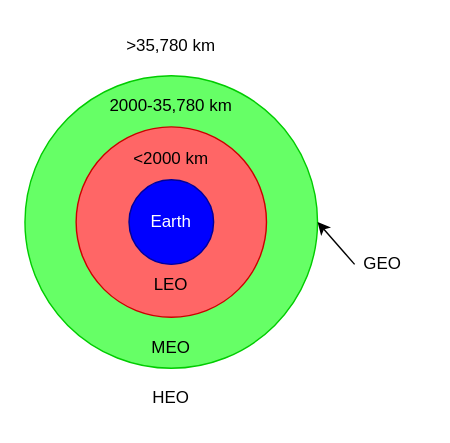
The draw.io diagram Figures/introduction/orbits.drawio in Mikkelnn/ESD6-Project, before the edit. Source tidied: cells renumbered, new cells numbered last; positions are measured from the earlier drawing's top-left corner, leaving out a move shared by most shapes. Both pictures are drawn from the tidied source at 141%, with x=0, y=0 at pixel (24, 24).
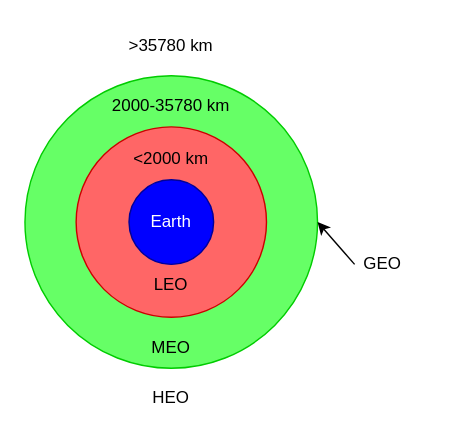
The same diagram, later.

The edit, as a diff of the source:
```diff
@@
 <mxGraphModel>
   <root>
     <mxCell id="0" />
     <mxCell id="1" parent="0" />
     <mxCell id="2" style="ellipse;whiteSpace=wrap;html=1;fillColor=#66FF66;strokeColor=#00CC00;" parent="1" vertex="1">
       <mxGeometry x="0.2" y="36.2" width="207.5" height="207.5" as="geometry" />
     </mxCell>
     <mxCell id="3" style="ellipse;whiteSpace=wrap;html=1;strokeColor=#CC0000;fillColor=#FF6666;" parent="1" vertex="1">
       <mxGeometry x="36.5" y="72.5" width="135" height="135" as="geometry" />
     </mxCell>
     <mxCell id="4" style="ellipse;whiteSpace=wrap;html=1;fillColor=#0000FF;strokeColor=#000099;" parent="1" vertex="1">
       <mxGeometry x="74" y="110" width="60" height="60" as="geometry" />
     </mxCell>
     <mxCell id="5" value="Earth" style="text;html=1;align=center;verticalAlign=middle;whiteSpace=wrap;rounded=0;fontColor=#FFFFFF;" parent="1" vertex="1">
       <mxGeometry x="74" y="125" width="60" height="30" as="geometry" />
     </mxCell>
     <mxCell id="6" value="LEO" style="text;html=1;align=center;verticalAlign=middle;whiteSpace=wrap;rounded=0;" parent="1" vertex="1">
       <mxGeometry x="74" y="170" width="60" height="30" as="geometry" />
     </mxCell>
     <mxCell id="7" value="&amp;lt;2000 km" style="text;html=1;align=center;verticalAlign=middle;whiteSpace=wrap;rounded=0;" parent="1" vertex="1">
       <mxGeometry x="74" y="80" width="60" height="30" as="geometry" />
     </mxCell>
     <mxCell id="8" value="MEO" style="text;html=1;align=center;verticalAlign=middle;whiteSpace=wrap;rounded=0;" parent="1" vertex="1">
       <mxGeometry x="74" y="214" width="60" height="30" as="geometry" />
     </mxCell>
-    <mxCell id="9" value="2000-35,780 km" style="text;html=1;align=center;verticalAlign=middle;whiteSpace=wrap;rounded=0;" parent="1" vertex="1">
+    <mxCell id="9" value="2000-35780 km" style="text;html=1;align=center;verticalAlign=middle;whiteSpace=wrap;rounded=0;" parent="1" vertex="1">
       <mxGeometry x="59" y="42.5" width="90" height="30" as="geometry" />
     </mxCell>
     <mxCell id="10" value="HEO" style="text;html=1;align=center;verticalAlign=middle;whiteSpace=wrap;rounded=0;" parent="1" vertex="1">
       <mxGeometry x="74" y="250" width="60" height="30" as="geometry" />
     </mxCell>
-    <mxCell id="11" value="&amp;gt;35,780 km" style="text;html=1;align=center;verticalAlign=middle;whiteSpace=wrap;rounded=0;" parent="1" vertex="1">
+    <mxCell id="11" value="&amp;gt;35780 km" style="text;html=1;align=center;verticalAlign=middle;whiteSpace=wrap;rounded=0;" parent="1" vertex="1">
       <mxGeometry x="69" width="70" height="30" as="geometry" />
     </mxCell>
     <mxCell id="12" value="GEO" style="text;html=1;align=center;verticalAlign=middle;whiteSpace=wrap;rounded=0;" parent="1" vertex="1">
       <mxGeometry x="224" y="155" width="60" height="30" as="geometry" />
     </mxCell>
     <mxCell id="13" style="endArrow=classic;html=1;rounded=0;entryX=1;entryY=0.5;entryDx=0;entryDy=0;" parent="1" edge="1" target="2">
       <mxGeometry relative="1" as="geometry">
         <mxPoint x="234" y="170" as="sourcePoint" />
       </mxGeometry>
     </mxCell>
   </root>
 </mxGraphModel>
```
